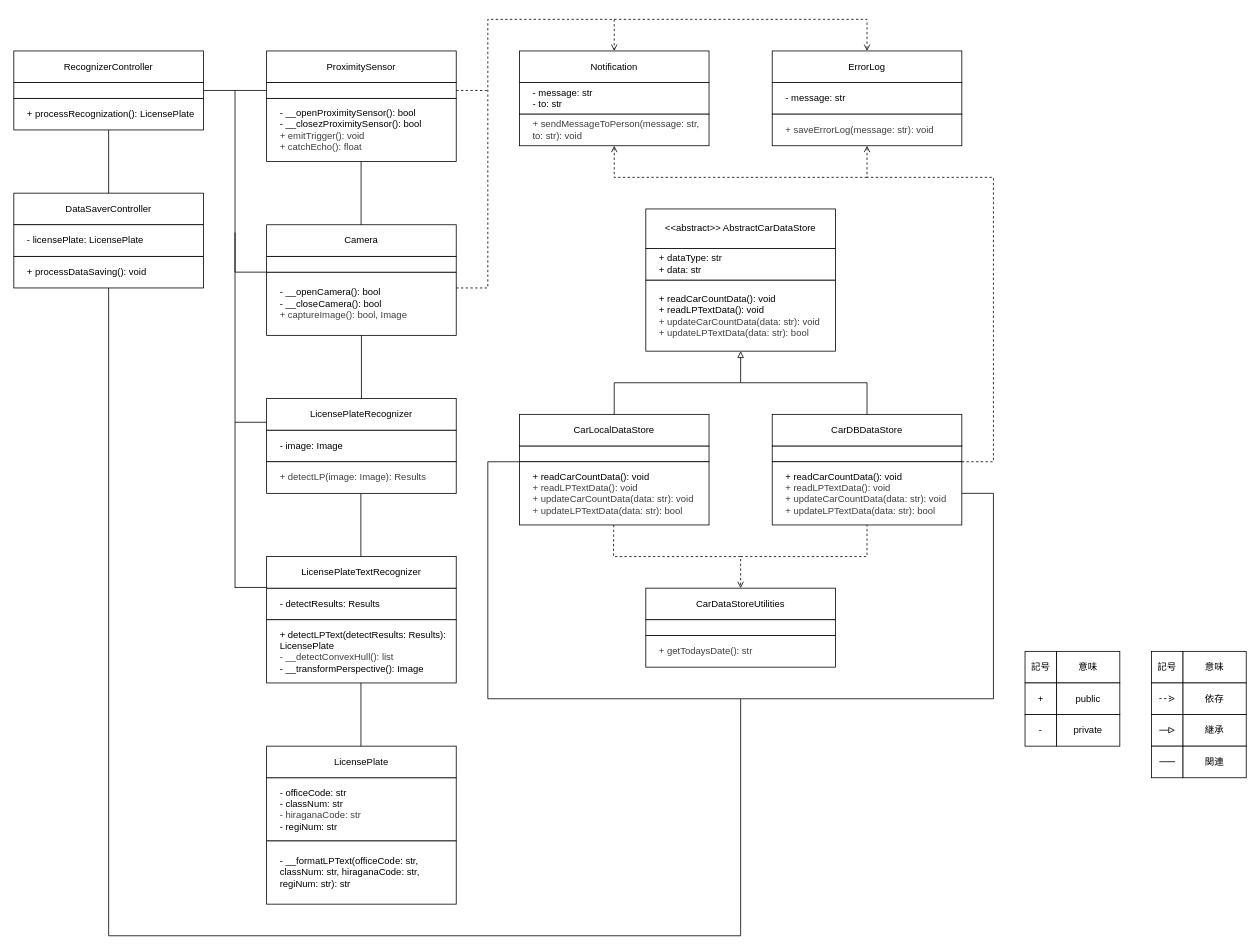
The draw.io diagram page "入口用" (1 of 2) of uml/class_diagram.drawio in kokoa454/ANPR_JP, before the edit. Source tidied: cells renumbered, new cells numbered last; positions are measured from the earlier drawing's top-left corner, leaving out a move shared by most shapes. Both pictures are drawn from the tidied source at 79%, with x=0, y=0 at pixel (13, 19).
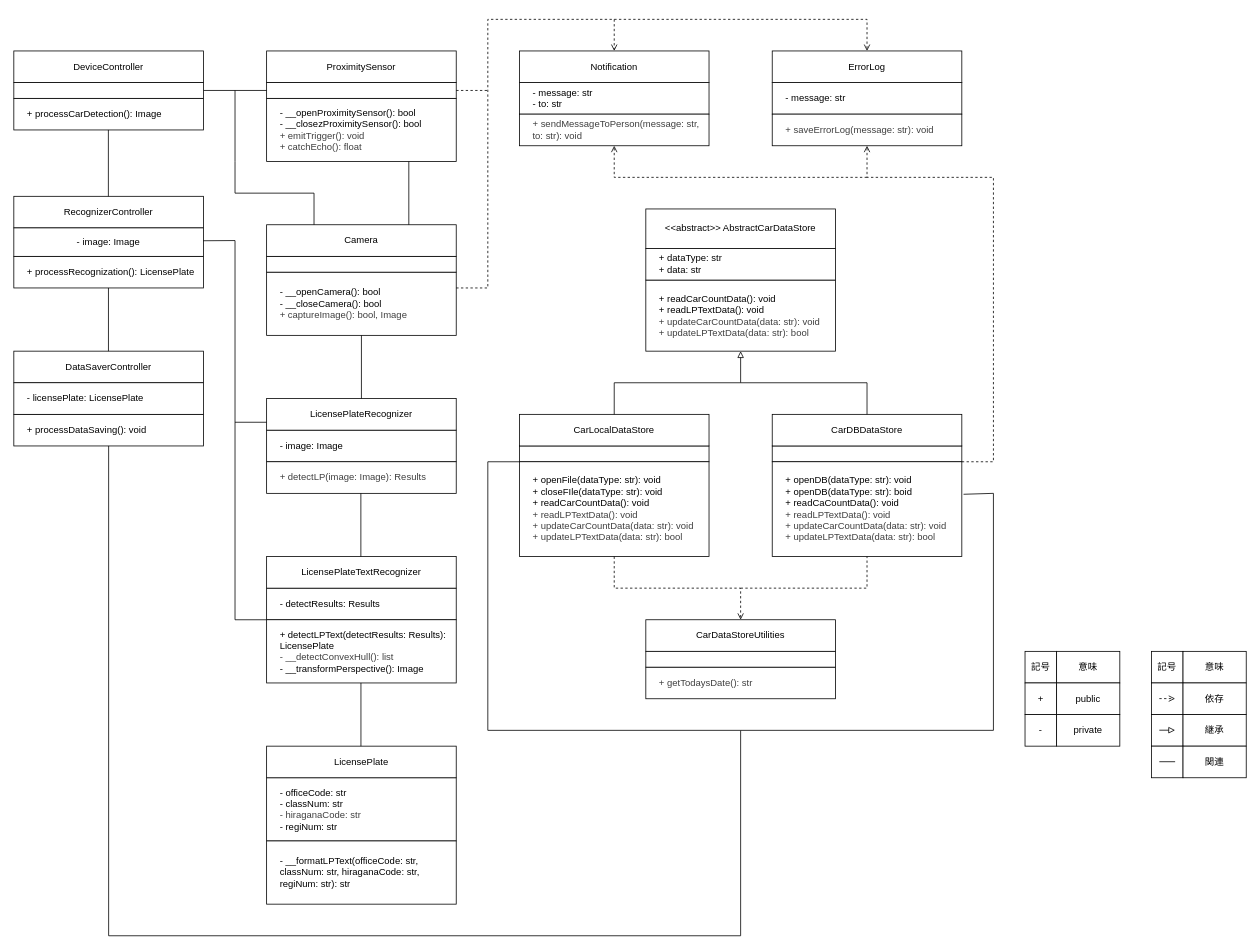
The same diagram, later.

The change refers to these unchanged cells:
```xml
<mxCell id="21" value="&lt;div&gt;+ detectLPText(detectResults: Results): LicensePlate&lt;/div&gt;&lt;div&gt;&lt;span style=&quot;color: rgb(63, 63, 63); background-color: transparent;&quot;&gt;- __detectConvexHull(): list&lt;/span&gt;&lt;/div&gt;&lt;div&gt;- __transformPerspective(): Image&lt;/div&gt;" style="rounded=0;whiteSpace=wrap;html=1;align=left;spacingLeft=15;" parent="1" vertex="1">
  <mxGeometry x="320" y="760" width="240" height="80" as="geometry" />
</mxCell>
<mxCell id="32" style="rounded=0;whiteSpace=wrap;html=1;" parent="1" vertex="1">
  <mxGeometry x="320" y="300" width="240" height="20" as="geometry" />
</mxCell>
<mxCell id="74" value="Camera" style="rounded=0;whiteSpace=wrap;html=1;" parent="1" vertex="1">
  <mxGeometry x="320" y="260" width="240" height="40" as="geometry" />
</mxCell>
<mxCell id="76" style="rounded=0;whiteSpace=wrap;html=1;" parent="1" vertex="1">
  <mxGeometry x="320" y="80" width="240" height="20" as="geometry" />
</mxCell>
```

Change to the diagram source:
```diff
@@
-    <mxCell id="24" value="&lt;span style=&quot;scrollbar-color: rgb(226, 226, 226) rgb(251, 251, 251); color: rgb(0, 0, 0);&quot;&gt;+ readCarCountData(): void&lt;/span&gt;&lt;div style=&quot;color: rgb(63, 63, 63); scrollbar-color: rgb(226, 226, 226) rgb(251, 251, 251);&quot;&gt;&lt;font style=&quot;color: rgb(63, 63, 63); scrollbar-color: rgb(226, 226, 226) rgb(251, 251, 251);&quot;&gt;+ readLPTextData(): void&lt;br style=&quot;color: rgb(63, 63, 63); scrollbar-color: rgb(226, 226, 226) rgb(251, 251, 251);&quot;&gt;&lt;/font&gt;&lt;div style=&quot;scrollbar-color: rgb(226, 226, 226) rgb(251, 251, 251); color: rgb(63, 63, 63);&quot;&gt;&lt;div style=&quot;scrollbar-color: rgb(226, 226, 226) rgb(251, 251, 251); color: rgb(63, 63, 63);&quot;&gt;&lt;span style=&quot;scrollbar-color: rgb(226, 226, 226) rgb(251, 251, 251); background-color: transparent; color: rgb(63, 63, 63);&quot;&gt;+ updateCarCountData(data: str): void&lt;/span&gt;&lt;/div&gt;&lt;/div&gt;&lt;div style=&quot;scrollbar-color: rgb(226, 226, 226) rgb(251, 251, 251); color: rgb(63, 63, 63);&quot;&gt;+ updateLPTextData(data: str): bool&lt;/div&gt;&lt;/div&gt;" style="rounded=0;whiteSpace=wrap;html=1;align=left;spacingLeft=15;" parent="1" vertex="1">
-      <mxGeometry x="640" y="560" width="240" height="80" as="geometry" />
+    <mxCell id="24" value="&lt;div&gt;&lt;span style=&quot;scrollbar-color: rgb(226, 226, 226) rgb(251, 251, 251); color: rgb(0, 0, 0);&quot;&gt;+ openFile(dataType: str): void&lt;/span&gt;&lt;/div&gt;&lt;div&gt;&lt;span style=&quot;scrollbar-color: rgb(226, 226, 226) rgb(251, 251, 251); color: rgb(0, 0, 0);&quot;&gt;+ closeFIle(&lt;/span&gt;&lt;span style=&quot;color: rgb(0, 0, 0); background-color: transparent;&quot;&gt;dataType: str&lt;/span&gt;&lt;span style=&quot;background-color: transparent;&quot;&gt;): void&lt;/span&gt;&lt;/div&gt;&lt;span style=&quot;scrollbar-color: rgb(226, 226, 226) rgb(251, 251, 251); color: rgb(0, 0, 0);&quot;&gt;+ readCarCountData(): void&lt;/span&gt;&lt;div style=&quot;color: rgb(63, 63, 63); scrollbar-color: rgb(226, 226, 226) rgb(251, 251, 251);&quot;&gt;&lt;font style=&quot;color: rgb(63, 63, 63); scrollbar-color: rgb(226, 226, 226) rgb(251, 251, 251);&quot;&gt;+ readLPTextData(): void&lt;br style=&quot;color: rgb(63, 63, 63); scrollbar-color: rgb(226, 226, 226) rgb(251, 251, 251);&quot;&gt;&lt;/font&gt;&lt;div style=&quot;scrollbar-color: rgb(226, 226, 226) rgb(251, 251, 251); color: rgb(63, 63, 63);&quot;&gt;&lt;div style=&quot;scrollbar-color: rgb(226, 226, 226) rgb(251, 251, 251); color: rgb(63, 63, 63);&quot;&gt;&lt;span style=&quot;scrollbar-color: rgb(226, 226, 226) rgb(251, 251, 251); background-color: transparent; color: rgb(63, 63, 63);&quot;&gt;+ updateCarCountData(data: str): void&lt;/span&gt;&lt;/div&gt;&lt;/div&gt;&lt;div style=&quot;scrollbar-color: rgb(226, 226, 226) rgb(251, 251, 251); color: rgb(63, 63, 63);&quot;&gt;+ updateLPTextData(data: str): bool&lt;/div&gt;&lt;/div&gt;" style="rounded=0;whiteSpace=wrap;html=1;align=left;spacingLeft=15;" parent="1" vertex="1">
+      <mxGeometry x="640" y="560" width="240" height="120" as="geometry" />
     </mxCell>
@@
-    <mxCell id="27" value="&lt;span style=&quot;scrollbar-color: rgb(226, 226, 226) rgb(251, 251, 251); color: rgb(0, 0, 0);&quot;&gt;+ readCarCountData(): void&lt;/span&gt;&lt;div style=&quot;color: rgb(63, 63, 63); scrollbar-color: rgb(226, 226, 226) rgb(251, 251, 251);&quot;&gt;&lt;font style=&quot;color: rgb(63, 63, 63); scrollbar-color: rgb(226, 226, 226) rgb(251, 251, 251);&quot;&gt;+ readLPTextData(): void&lt;br style=&quot;color: rgb(63, 63, 63); scrollbar-color: rgb(226, 226, 226) rgb(251, 251, 251);&quot;&gt;&lt;/font&gt;&lt;div style=&quot;scrollbar-color: rgb(226, 226, 226) rgb(251, 251, 251); color: rgb(63, 63, 63);&quot;&gt;&lt;div style=&quot;scrollbar-color: rgb(226, 226, 226) rgb(251, 251, 251); color: rgb(63, 63, 63);&quot;&gt;&lt;span style=&quot;scrollbar-color: rgb(226, 226, 226) rgb(251, 251, 251); background-color: transparent; color: rgb(63, 63, 63);&quot;&gt;+ updateCarCountData(data: str): void&lt;/span&gt;&lt;/div&gt;&lt;/div&gt;&lt;div style=&quot;scrollbar-color: rgb(226, 226, 226) rgb(251, 251, 251); color: rgb(63, 63, 63);&quot;&gt;+ updateLPTextData(data: str): bool&lt;/div&gt;&lt;/div&gt;" style="rounded=0;whiteSpace=wrap;html=1;align=left;spacingLeft=15;" parent="1" vertex="1">
-      <mxGeometry x="960" y="560" width="240" height="80" as="geometry" />
+    <mxCell id="27" value="&lt;span style=&quot;scrollbar-color: rgb(226, 226, 226) rgb(251, 251, 251); color: rgb(0, 0, 0);&quot;&gt;+ openDB(&lt;span style=&quot;color: rgb(0, 0, 0);&quot;&gt;dataType: str&lt;/span&gt;): void&lt;/span&gt;&lt;div&gt;&lt;span style=&quot;scrollbar-color: rgb(226, 226, 226) rgb(251, 251, 251);&quot;&gt;&lt;font color=&quot;#000000&quot;&gt;+ openDB(&lt;/font&gt;&lt;/span&gt;&lt;span style=&quot;color: rgb(0, 0, 0); background-color: transparent;&quot;&gt;dataType: str&lt;/span&gt;&lt;span style=&quot;background-color: transparent;&quot;&gt;): boid&lt;/span&gt;&lt;/div&gt;&lt;div&gt;&lt;span style=&quot;scrollbar-color: rgb(226, 226, 226) rgb(251, 251, 251);&quot;&gt;&lt;font&gt;+ readCaCountData(): void&lt;/font&gt;&lt;/span&gt;&lt;div style=&quot;color: rgb(63, 63, 63); scrollbar-color: rgb(226, 226, 226) rgb(251, 251, 251);&quot;&gt;&lt;font style=&quot;color: rgb(63, 63, 63); scrollbar-color: rgb(226, 226, 226) rgb(251, 251, 251);&quot;&gt;+ readLPTextData(): void&lt;br style=&quot;color: rgb(63, 63, 63); scrollbar-color: rgb(226, 226, 226) rgb(251, 251, 251);&quot;&gt;&lt;/font&gt;&lt;div style=&quot;scrollbar-color: rgb(226, 226, 226) rgb(251, 251, 251); color: rgb(63, 63, 63);&quot;&gt;&lt;div style=&quot;scrollbar-color: rgb(226, 226, 226) rgb(251, 251, 251); color: rgb(63, 63, 63);&quot;&gt;&lt;span style=&quot;scrollbar-color: rgb(226, 226, 226) rgb(251, 251, 251); background-color: transparent; color: rgb(63, 63, 63);&quot;&gt;+ updateCarCountData(data: str): void&lt;/span&gt;&lt;/div&gt;&lt;/div&gt;&lt;div style=&quot;scrollbar-color: rgb(226, 226, 226) rgb(251, 251, 251); color: rgb(63, 63, 63);&quot;&gt;+ updateLPTextData(data: str): bool&lt;/div&gt;&lt;/div&gt;&lt;/div&gt;" style="rounded=0;whiteSpace=wrap;html=1;align=left;spacingLeft=15;" parent="1" vertex="1">
+      <mxGeometry x="960" y="560" width="240" height="120" as="geometry" />
     </mxCell>
     <mxCell id="28" value="CarDataStoreUtilities" style="rounded=0;whiteSpace=wrap;html=1;" parent="1" vertex="1">
-      <mxGeometry x="800" y="720" width="240" height="40" as="geometry" />
+      <mxGeometry x="800" y="760" width="240" height="40" as="geometry" />
     </mxCell>
     <mxCell id="29" value="&lt;span style=&quot;color: rgb(63, 63, 63);&quot;&gt;+ getTodaysDate(): str&lt;/span&gt;" style="rounded=0;whiteSpace=wrap;html=1;align=left;spacingLeft=15;" parent="1" vertex="1">
-      <mxGeometry x="800" y="780" width="240" height="40" as="geometry" />
+      <mxGeometry x="800" y="820" width="240" height="40" as="geometry" />
     </mxCell>
@@
     <mxCell id="33" style="rounded=0;whiteSpace=wrap;html=1;" parent="1" vertex="1">
-      <mxGeometry x="800" y="760" width="240" height="20" as="geometry" />
+      <mxGeometry x="800" y="800" width="240" height="20" as="geometry" />
     </mxCell>
@@
-    <mxCell id="36" style="endArrow=open;html=1;exitX=0.5;exitY=1;exitDx=0;exitDy=0;entryX=0.5;entryY=0;entryDx=0;entryDy=0;rounded=0;curved=0;dashed=1;endFill=0;" parent="1" edge="1" target="28">
+    <mxCell id="36" style="endArrow=open;html=1;entryX=0.5;entryY=0;entryDx=0;entryDy=0;rounded=0;curved=0;dashed=1;endFill=0;" parent="1" edge="1" target="28">
       <mxGeometry relative="1" as="geometry">
-        <mxPoint x="759.4" y="640" as="sourcePoint" />
+        <mxPoint x="760" y="680" as="sourcePoint" />
         <Array as="points">
-          <mxPoint x="759" y="680" />
-          <mxPoint x="920" y="680" />
+          <mxPoint x="760" y="720" />
+          <mxPoint x="920" y="720" />
         </Array>
       </mxGeometry>
     </mxCell>
-    <mxCell id="37" style="endArrow=none;html=1;rounded=0;curved=0;dashed=1;" parent="1" edge="1">
+    <mxCell id="37" style="endArrow=none;html=1;rounded=0;curved=0;dashed=1;entryX=0.5;entryY=1;entryDx=0;entryDy=0;" parent="1" edge="1" target="27">
       <mxGeometry relative="1" as="geometry">
-        <mxPoint x="920" y="680" as="sourcePoint" />
-        <mxPoint x="1080" y="640" as="targetPoint" />
+        <mxPoint x="920" y="720" as="sourcePoint" />
         <Array as="points">
-          <mxPoint x="1080" y="680" />
+          <mxPoint x="1080" y="720" />
         </Array>
       </mxGeometry>
     </mxCell>
@@
     <mxCell id="61" value="RecognizerController" style="rounded=0;whiteSpace=wrap;html=1;" parent="1" vertex="1">
-      <mxGeometry y="40" width="240" height="40" as="geometry" />
+      <mxGeometry y="224" width="240" height="40" as="geometry" />
     </mxCell>
     <mxCell id="62" value="+ processRecognization(): LicensePlate" style="rounded=0;whiteSpace=wrap;html=1;align=left;spacingLeft=15;" parent="1" vertex="1">
-      <mxGeometry y="100" width="240" height="40" as="geometry" />
+      <mxGeometry y="300" width="240" height="40" as="geometry" />
     </mxCell>
-    <mxCell id="63" style="rounded=0;whiteSpace=wrap;html=1;" parent="1" vertex="1">
-      <mxGeometry y="80" width="240" height="20" as="geometry" />
+    <mxCell id="63" value="- image: Image" style="rounded=0;whiteSpace=wrap;html=1;" parent="1" vertex="1">
+      <mxGeometry y="264" width="240" height="36" as="geometry" />
     </mxCell>
-    <mxCell id="64" style="endArrow=none;html=1;entryX=0;entryY=1;entryDx=0;entryDy=0;rounded=0;curved=0;" parent="1" edge="1" target="32">
-      <mxGeometry relative="1" as="geometry">
-        <mxPoint x="240" y="90" as="sourcePoint" />
-        <Array as="points">
-          <mxPoint x="280" y="90" />
-          <mxPoint x="280" y="320" />
-        </Array>
-      </mxGeometry>
-    </mxCell>
-    <mxCell id="65" style="endArrow=none;html=1;" parent="1" edge="1">
+    <mxCell id="65" style="endArrow=none;html=1;entryX=0.999;entryY=0.451;entryDx=0;entryDy=0;entryPerimeter=0;rounded=0;curved=0;" parent="1" edge="1" target="63">
       <mxGeometry relative="1" as="geometry">
-        <mxPoint x="280" y="720" as="sourcePoint" />
-        <mxPoint x="280" y="270" as="targetPoint" />
+        <mxPoint x="280" y="760" as="sourcePoint" />
+        <Array as="points">
+          <mxPoint x="280" y="280" />
+        </Array>
       </mxGeometry>
     </mxCell>
@@
-    <mxCell id="67" style="endArrow=none;html=1;" parent="1" edge="1">
+    <mxCell id="67" style="endArrow=none;html=1;entryX=0;entryY=0;entryDx=0;entryDy=0;" parent="1" edge="1" target="21">
       <mxGeometry relative="1" as="geometry">
-        <mxPoint x="280" y="719.1" as="sourcePoint" />
-        <mxPoint x="320" y="719.1" as="targetPoint" />
+        <mxPoint x="280" y="760" as="sourcePoint" />
       </mxGeometry>
     </mxCell>
     <mxCell id="68" value="DataSaverController" style="rounded=0;whiteSpace=wrap;html=1;" parent="1" vertex="1">
-      <mxGeometry y="220" width="240" height="40" as="geometry" />
+      <mxGeometry y="420" width="240" height="40" as="geometry" />
     </mxCell>
     <mxCell id="69" value="+ processDataSaving(): void" style="rounded=0;whiteSpace=wrap;html=1;align=left;spacingLeft=15;" parent="1" vertex="1">
-      <mxGeometry y="300" width="240" height="40" as="geometry" />
+      <mxGeometry y="500" width="240" height="40" as="geometry" />
     </mxCell>
     <mxCell id="70" value="- licensePlate: LicensePlate" style="rounded=0;whiteSpace=wrap;html=1;align=left;spacingLeft=15;" parent="1" vertex="1">
-      <mxGeometry y="260" width="240" height="40" as="geometry" />
+      <mxGeometry y="460" width="240" height="40" as="geometry" />
     </mxCell>
-    <mxCell id="71" style="endArrow=none;html=1;exitX=0.5;exitY=0;exitDx=0;exitDy=0;" parent="1" edge="1" source="68">
+    <mxCell id="71" style="endArrow=none;html=1;exitX=0.5;exitY=0;exitDx=0;exitDy=0;" parent="1" edge="1">
       <mxGeometry relative="1" as="geometry">
-        <mxPoint x="120" y="140" as="targetPoint" />
+        <mxPoint x="119.8" y="420" as="sourcePoint" />
+        <mxPoint x="119.8" y="340" as="targetPoint" />
       </mxGeometry>
     </mxCell>
-    <mxCell id="72" style="endArrow=none;html=1;rounded=0;curved=0;" parent="1" edge="1">
+    <mxCell id="72" style="endArrow=none;html=1;rounded=0;curved=0;entryX=0.5;entryY=1;entryDx=0;entryDy=0;" parent="1" edge="1" target="69">
       <mxGeometry relative="1" as="geometry">
-        <mxPoint x="920" y="860" as="sourcePoint" />
-        <mxPoint x="120" y="340" as="targetPoint" />
+        <mxPoint x="920" y="900" as="sourcePoint" />
         <Array as="points">
           <mxPoint x="920" y="1160" />
           <mxPoint x="120" y="1160" />
         </Array>
       </mxGeometry>
     </mxCell>
-    <mxCell id="73" style="endArrow=none;html=1;rounded=0;curved=0;entryX=1;entryY=0.5;entryDx=0;entryDy=0;exitX=0;exitY=0;exitDx=0;exitDy=0;" parent="1" edge="1" source="24" target="27">
+    <mxCell id="73" style="endArrow=none;html=1;rounded=0;curved=0;entryX=1.009;entryY=0.343;entryDx=0;entryDy=0;exitX=0;exitY=0;exitDx=0;exitDy=0;entryPerimeter=0;" parent="1" edge="1" source="24" target="27">
       <mxGeometry relative="1" as="geometry">
         <Array as="points">
           <mxPoint x="600" y="560" />
-          <mxPoint x="600" y="860" />
-          <mxPoint x="920" y="860" />
-          <mxPoint x="1240" y="860" />
+          <mxPoint x="600" y="900" />
+          <mxPoint x="920" y="900" />
+          <mxPoint x="1240" y="900" />
           <mxPoint x="1240" y="600" />
         </Array>
       </mxGeometry>
     </mxCell>
@@
-    <mxCell id="77" style="endArrow=none;html=1;entryX=0;entryY=0.5;entryDx=0;entryDy=0;" parent="1" edge="1" target="76">
-      <mxGeometry relative="1" as="geometry">
-        <mxPoint x="280" y="90" as="sourcePoint" />
-      </mxGeometry>
+    <mxCell id="77" style="endArrow=none;html=1;entryX=0;entryY=0.5;entryDx=0;entryDy=0;exitX=1;exitY=0.5;exitDx=0;exitDy=0;" parent="1" edge="1" source="82" target="76">
+      <mxGeometry relative="1" as="geometry" />
     </mxCell>
     <mxCell id="78" style="endArrow=none;html=1;exitX=0.5;exitY=0;exitDx=0;exitDy=0;" parent="1" edge="1">
       <mxGeometry relative="1" as="geometry">
-        <mxPoint x="439.6" y="260" as="sourcePoint" />
-        <mxPoint x="439.6" y="180" as="targetPoint" />
+        <mxPoint x="500" y="260" as="sourcePoint" />
+        <mxPoint x="500" y="180" as="targetPoint" />
       </mxGeometry>
     </mxCell>
@@
+    <mxCell id="80" value="DeviceController" style="rounded=0;whiteSpace=wrap;html=1;" parent="1" vertex="1">
+      <mxGeometry y="40" width="240" height="40" as="geometry" />
+    </mxCell>
+    <mxCell id="81" value="+ processCarDetection(): Image" style="rounded=0;whiteSpace=wrap;html=1;align=left;spacingLeft=15;" parent="1" vertex="1">
+      <mxGeometry y="100" width="240" height="40" as="geometry" />
+    </mxCell>
+    <mxCell id="82" style="rounded=0;whiteSpace=wrap;html=1;" parent="1" vertex="1">
+      <mxGeometry y="80" width="240" height="20" as="geometry" />
+    </mxCell>
+    <mxCell id="83" style="endArrow=none;html=1;exitX=0.25;exitY=0;exitDx=0;exitDy=0;entryX=0.25;entryY=1;entryDx=0;entryDy=0;" parent="1" edge="1">
+      <mxGeometry relative="1" as="geometry">
+        <mxPoint x="119.7" y="224" as="sourcePoint" />
+        <mxPoint x="119.7" y="140" as="targetPoint" />
+      </mxGeometry>
+    </mxCell>
+    <mxCell id="84" style="endArrow=none;html=1;exitX=0.25;exitY=0;exitDx=0;exitDy=0;rounded=0;curved=0;" parent="1" edge="1" source="74">
+      <mxGeometry relative="1" as="geometry">
+        <mxPoint x="280" y="90" as="targetPoint" />
+        <Array as="points">
+          <mxPoint x="380" y="220" />
+          <mxPoint x="280" y="220" />
+          <mxPoint x="280" y="180" />
+        </Array>
+      </mxGeometry>
+    </mxCell>
```
